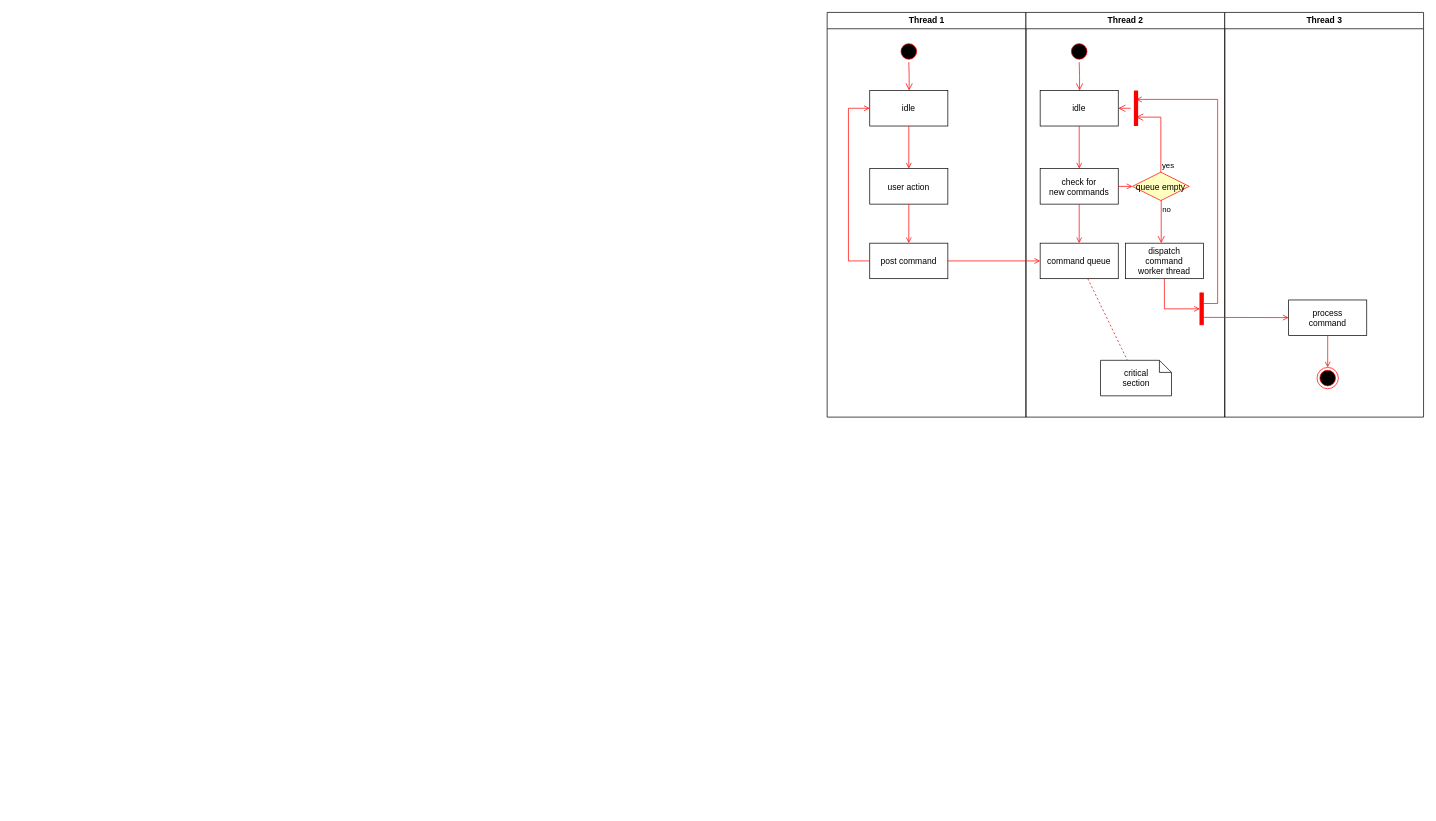
Above: 天合光能.drawio in Lauyoo/huimieba (draw.io), before the change. Source tidied: cells renumbered, new cells numbered last; positions are measured from the earlier drawing's top-left corner, leaving out a move shared by most shapes. Both pictures are drawn from the tidied source at 71%, with x=0, y=0 at pixel (826, 12).
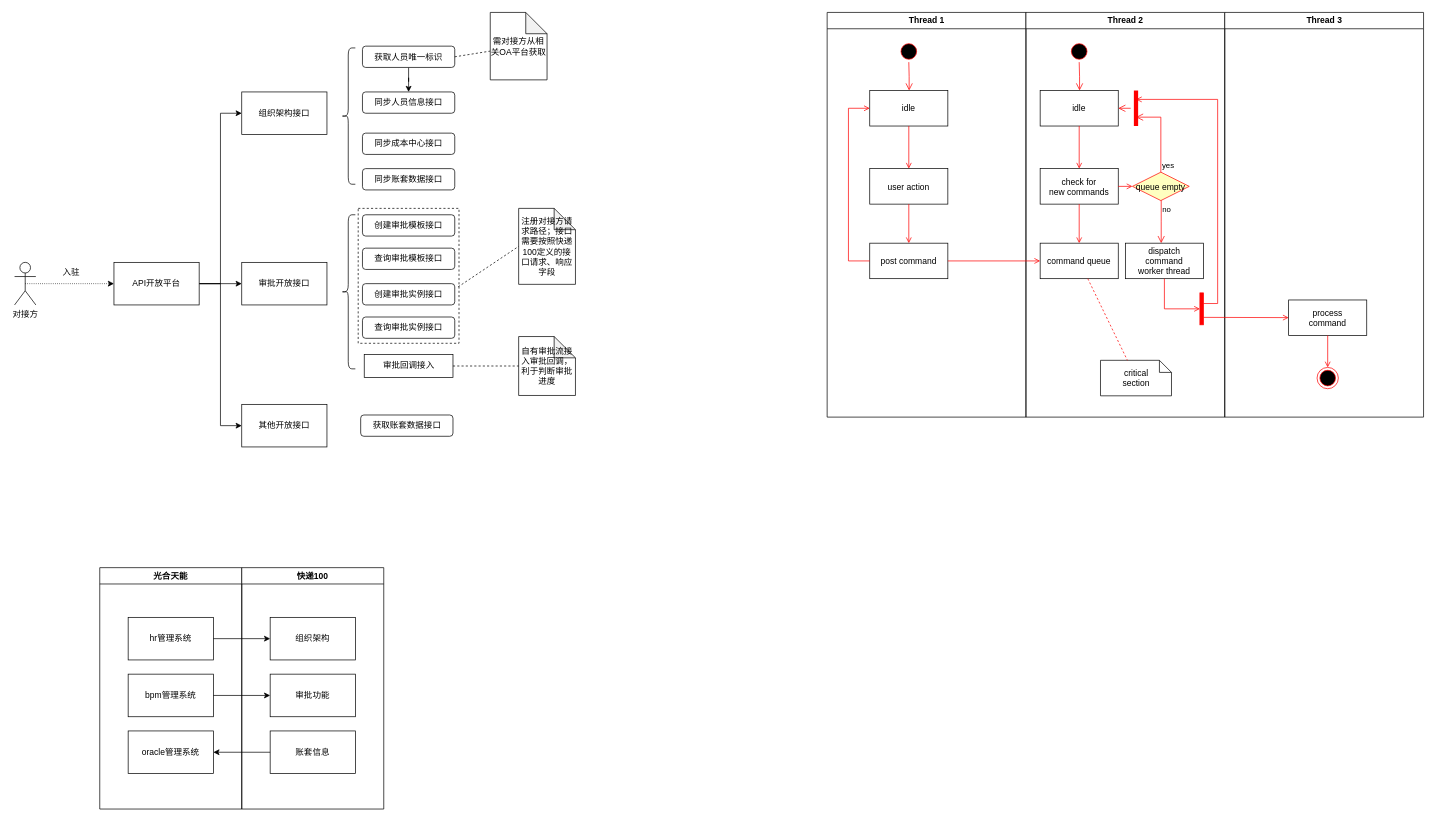
Above is the later version.

Commit message:
更新天合光能.drawio

Change to the diagram source:
```diff
@@
+    <mxCell id="37" style="rounded=0;whiteSpace=wrap;html=1;dashed=1;" parent="1" vertex="1">
+      <mxGeometry x="-660" y="276" width="142" height="190" as="geometry" />
+    </mxCell>
@@
+    <mxCell id="38" value="光合天能" style="swimlane;whiteSpace=wrap;html=1;" parent="1" vertex="1">
+      <mxGeometry x="-1024" y="782" width="200" height="340" as="geometry" />
+    </mxCell>
+    <mxCell id="39" value="hr管理系统" style="rounded=0;whiteSpace=wrap;html=1;" parent="38" vertex="1">
+      <mxGeometry x="40" y="70" width="120" height="60" as="geometry" />
+    </mxCell>
+    <mxCell id="40" value="bpm管理系统" style="rounded=0;whiteSpace=wrap;html=1;" parent="38" vertex="1">
+      <mxGeometry x="40" y="150" width="120" height="60" as="geometry" />
+    </mxCell>
+    <mxCell id="41" value="oracle管理系统" style="rounded=0;whiteSpace=wrap;html=1;" parent="38" vertex="1">
+      <mxGeometry x="40" y="230" width="120" height="60" as="geometry" />
+    </mxCell>
+    <mxCell id="42" value="快递100" style="swimlane;whiteSpace=wrap;html=1;" parent="1" vertex="1">
+      <mxGeometry x="-824" y="782" width="200" height="340" as="geometry" />
+    </mxCell>
+    <mxCell id="43" value="组织架构" style="rounded=0;whiteSpace=wrap;html=1;" parent="42" vertex="1">
+      <mxGeometry x="40" y="70" width="120" height="60" as="geometry" />
+    </mxCell>
+    <mxCell id="44" value="审批功能" style="rounded=0;whiteSpace=wrap;html=1;" parent="42" vertex="1">
+      <mxGeometry x="40" y="150" width="120" height="60" as="geometry" />
+    </mxCell>
+    <mxCell id="45" value="账套信息" style="rounded=0;whiteSpace=wrap;html=1;" parent="42" vertex="1">
+      <mxGeometry x="40" y="230" width="120" height="60" as="geometry" />
+    </mxCell>
+    <mxCell id="46" style="edgeStyle=orthogonalEdgeStyle;rounded=0;jettySize=auto;html=1;exitX=0;exitY=0.5;exitDx=0;exitDy=0;" parent="1" edge="1" source="45" target="41">
+      <mxGeometry relative="1" as="geometry" />
+    </mxCell>
+    <mxCell id="47" style="edgeStyle=orthogonalEdgeStyle;rounded=0;jettySize=auto;html=1;exitX=1;exitY=0.5;exitDx=0;exitDy=0;entryX=0;entryY=0.5;entryDx=0;entryDy=0;" parent="1" edge="1" source="40" target="44">
+      <mxGeometry relative="1" as="geometry" />
+    </mxCell>
+    <mxCell id="48" style="edgeStyle=orthogonalEdgeStyle;rounded=0;jettySize=auto;html=1;exitX=1;exitY=0.5;exitDx=0;exitDy=0;entryX=0;entryY=0.5;entryDx=0;entryDy=0;" parent="1" edge="1" source="39" target="43">
+      <mxGeometry relative="1" as="geometry" />
+    </mxCell>
+    <mxCell id="49" style="edgeStyle=orthogonalEdgeStyle;rounded=0;jettySize=auto;html=1;exitX=0.5;exitY=0.5;exitDx=0;exitDy=0;exitPerimeter=0;entryX=0;entryY=0.5;entryDx=0;entryDy=0;dashed=1;dashPattern=1 2;" parent="1" edge="1" source="50" target="54">
+      <mxGeometry relative="1" as="geometry" />
+    </mxCell>
+    <mxCell id="50" value="对接方" style="shape=umlActor;verticalLabelPosition=bottom;verticalAlign=top;html=1;outlineConnect=0;" parent="1" vertex="1">
+      <mxGeometry x="-1144" y="352" width="30" height="60" as="geometry" />
+    </mxCell>
+    <mxCell id="51" style="edgeStyle=orthogonalEdgeStyle;rounded=0;jettySize=auto;html=1;exitX=1;exitY=0.5;exitDx=0;exitDy=0;entryX=0;entryY=0.5;entryDx=0;entryDy=0;" parent="1" edge="1" source="54" target="56">
+      <mxGeometry relative="1" as="geometry" />
+    </mxCell>
+    <mxCell id="52" style="edgeStyle=orthogonalEdgeStyle;rounded=0;jettySize=auto;html=1;exitX=1;exitY=0.5;exitDx=0;exitDy=0;entryX=0;entryY=0.5;entryDx=0;entryDy=0;" parent="1" edge="1" source="54" target="57">
+      <mxGeometry relative="1" as="geometry" />
+    </mxCell>
+    <mxCell id="53" style="edgeStyle=orthogonalEdgeStyle;rounded=0;jettySize=auto;html=1;exitX=1;exitY=0.5;exitDx=0;exitDy=0;entryX=0;entryY=0.5;entryDx=0;entryDy=0;" parent="1" edge="1" source="54" target="58">
+      <mxGeometry relative="1" as="geometry" />
+    </mxCell>
+    <mxCell id="54" value="API开放平台" style="rounded=0;whiteSpace=wrap;html=1;" parent="1" vertex="1">
+      <mxGeometry x="-1004" y="352" width="120" height="60" as="geometry" />
+    </mxCell>
+    <mxCell id="55" value="入驻" style="text;html=1;strokeColor=none;fillColor=none;align=center;verticalAlign=middle;whiteSpace=wrap;rounded=0;" parent="1" vertex="1">
+      <mxGeometry x="-1094" y="352" width="60" height="30" as="geometry" />
+    </mxCell>
+    <mxCell id="56" value="组织架构接口" style="rounded=0;whiteSpace=wrap;html=1;" parent="1" vertex="1">
+      <mxGeometry x="-824" y="112" width="120" height="60" as="geometry" />
+    </mxCell>
+    <mxCell id="57" value="审批开放接口" style="rounded=0;whiteSpace=wrap;html=1;" parent="1" vertex="1">
+      <mxGeometry x="-824" y="352" width="120" height="60" as="geometry" />
+    </mxCell>
+    <mxCell id="58" value="其他开放接口" style="rounded=0;whiteSpace=wrap;html=1;" parent="1" vertex="1">
+      <mxGeometry x="-824" y="552" width="120" height="60" as="geometry" />
+    </mxCell>
+    <mxCell id="59" style="shape=curlyBracket;whiteSpace=wrap;html=1;rounded=1;labelPosition=left;verticalLabelPosition=middle;align=right;verticalAlign=middle;" parent="1" vertex="1">
+      <mxGeometry x="-684" y="50" width="20" height="192" as="geometry" />
+    </mxCell>
+    <mxCell id="60" style="edgeStyle=orthogonalEdgeStyle;rounded=0;jettySize=auto;html=1;" parent="1" edge="1" source="61" target="62">
+      <mxGeometry relative="1" as="geometry" />
+    </mxCell>
+    <mxCell id="61" value="获取人员唯一标识" style="rounded=1;whiteSpace=wrap;html=1;" parent="1" vertex="1">
+      <mxGeometry x="-654" y="47.5" width="130" height="30" as="geometry" />
+    </mxCell>
+    <mxCell id="62" value="同步人员信息接口" style="rounded=1;whiteSpace=wrap;html=1;" parent="1" vertex="1">
+      <mxGeometry x="-654" y="112" width="130" height="30" as="geometry" />
+    </mxCell>
+    <mxCell id="63" value="需对接方从相关OA平台获取" style="shape=note;whiteSpace=wrap;html=1;backgroundOutline=1;darkOpacity=0.05;" parent="1" vertex="1">
+      <mxGeometry x="-474" width="80" height="95" as="geometry" />
+    </mxCell>
+    <mxCell id="64" style="endArrow=none;html=1;rounded=0;entryX=-0.004;entryY=0.574;entryDx=0;entryDy=0;entryPerimeter=0;exitX=1;exitY=0.5;exitDx=0;exitDy=0;dashed=1;" parent="1" edge="1" source="61" target="63">
+      <mxGeometry relative="1" as="geometry" />
+    </mxCell>
+    <mxCell id="65" value="同步成本中心接口" style="rounded=1;whiteSpace=wrap;html=1;" parent="1" vertex="1">
+      <mxGeometry x="-654" y="170" width="130" height="30" as="geometry" />
+    </mxCell>
+    <mxCell id="66" value="同步账套数据接口" style="rounded=1;whiteSpace=wrap;html=1;" parent="1" vertex="1">
+      <mxGeometry x="-654" y="220" width="130" height="30" as="geometry" />
+    </mxCell>
+    <mxCell id="67" style="shape=curlyBracket;whiteSpace=wrap;html=1;rounded=1;labelPosition=left;verticalLabelPosition=middle;align=right;verticalAlign=middle;" parent="1" vertex="1">
+      <mxGeometry x="-684" y="285" width="20" height="217" as="geometry" />
+    </mxCell>
+    <mxCell id="68" value="创建审批模板接口" style="rounded=1;whiteSpace=wrap;html=1;" parent="1" vertex="1">
+      <mxGeometry x="-654" y="285" width="130" height="30" as="geometry" />
+    </mxCell>
+    <mxCell id="69" value="查询审批模板接口" style="rounded=1;whiteSpace=wrap;html=1;" parent="1" vertex="1">
+      <mxGeometry x="-654" y="332" width="130" height="30" as="geometry" />
+    </mxCell>
+    <mxCell id="70" value="创建审批实例接口" style="rounded=1;whiteSpace=wrap;html=1;" parent="1" vertex="1">
+      <mxGeometry x="-654" y="382" width="130" height="30" as="geometry" />
+    </mxCell>
+    <mxCell id="71" value="查询审批实例接口" style="rounded=1;whiteSpace=wrap;html=1;" parent="1" vertex="1">
+      <mxGeometry x="-654" y="429" width="130" height="30" as="geometry" />
+    </mxCell>
+    <mxCell id="72" value="审批回调接入" style="rounded=0;whiteSpace=wrap;html=1;" parent="1" vertex="1">
+      <mxGeometry x="-651.5" y="482" width="125" height="32" as="geometry" />
+    </mxCell>
+    <mxCell id="73" value="获取账套数据接口" style="rounded=1;whiteSpace=wrap;html=1;" parent="1" vertex="1">
+      <mxGeometry x="-656.5" y="567" width="130" height="30" as="geometry" />
+    </mxCell>
+    <mxCell id="74" value="注册对接方请求路径；接口需要按照快递100定义的接口请求、响应字段" style="shape=note;whiteSpace=wrap;html=1;backgroundOutline=1;darkOpacity=0.05;" parent="1" vertex="1">
+      <mxGeometry x="-434" y="276" width="80" height="107" as="geometry" />
+    </mxCell>
+    <mxCell id="75" style="endArrow=none;html=1;rounded=0;entryX=0;entryY=0.5;entryDx=0;entryDy=0;entryPerimeter=0;exitX=0.991;exitY=0.582;exitDx=0;exitDy=0;dashed=1;exitPerimeter=0;" parent="1" edge="1" source="37" target="74">
+      <mxGeometry relative="1" as="geometry" />
+    </mxCell>
+    <mxCell id="76" value="自有审批流接入审批回调，利于判断审批进度" style="shape=note;whiteSpace=wrap;html=1;backgroundOutline=1;darkOpacity=0.05;" parent="1" vertex="1">
+      <mxGeometry x="-434" y="456.5" width="80" height="83" as="geometry" />
+    </mxCell>
+    <mxCell id="77" style="endArrow=none;html=1;rounded=0;entryX=0;entryY=0.5;entryDx=0;entryDy=0;entryPerimeter=0;exitX=1;exitY=0.5;exitDx=0;exitDy=0;dashed=1;" parent="1" edge="1" source="72" target="76">
+      <mxGeometry relative="1" as="geometry" />
+    </mxCell>
```
